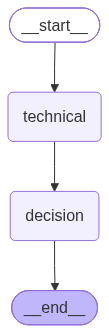
The Mermaid diagram artifacts/graph.png in HaDevvy/stock-agent, before a commit. Its source is kept beside it as artifacts/graph.mmd.
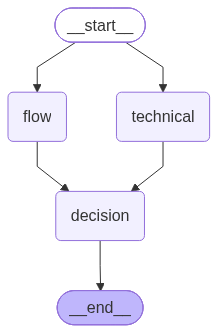
After the change.

Commit message:
can create agents graph from graph.yaml

What changed in the source:
```diff
@@ -6,9 +6,12 @@
 graph TD;
 	__start__([<p>__start__</p>]):::first
 	technical(technical)
+	flow(flow)
 	decision(decision)
 	__end__([<p>__end__</p>]):::last
+	__start__ --> flow;
 	__start__ --> technical;
+	flow --> decision;
 	technical --> decision;
 	decision --> __end__;
 	classDef default fill:#f2f0ff,line-height:1.2
```
